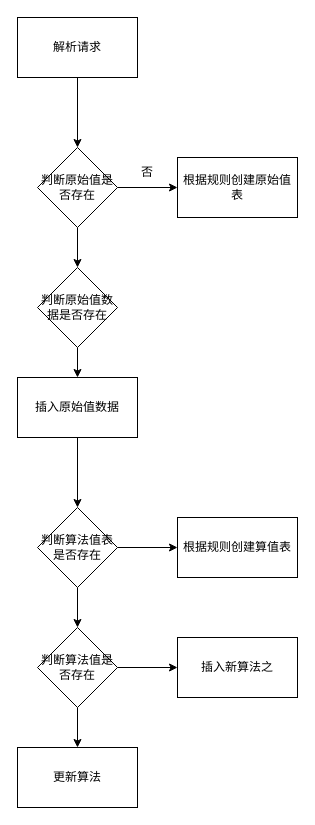
The draw.io diagram 数据写入流程图.drawio in jeefs/mindGraph, before the edit. Source tidied: cells renumbered, new cells numbered last; positions are measured from the earlier drawing's top-left corner, leaving out a move shared by most shapes. Both pictures are drawn from the tidied source at 100%, with x=0, y=0 at pixel (17, 17).
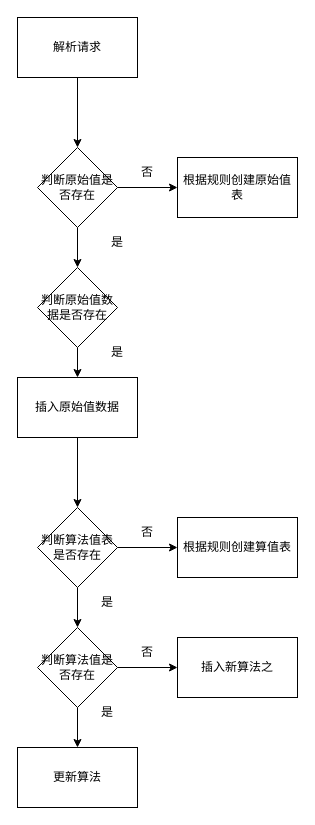
The same page after the edit.

Commit message (it also covers changes not shown here):
更新数据写入流程图.drawio

What changed in the source:
```diff
@@
+    <mxCell id="22" value="否" style="text;strokeColor=none;align=center;fillColor=none;html=1;verticalAlign=middle;whiteSpace=wrap;rounded=0;" parent="1" vertex="1">
+      <mxGeometry x="100" y="500" width="60" height="30" as="geometry" />
+    </mxCell>
+    <mxCell id="23" value="否" style="text;strokeColor=none;align=center;fillColor=none;html=1;verticalAlign=middle;whiteSpace=wrap;rounded=0;" parent="1" vertex="1">
+      <mxGeometry x="100" y="620" width="60" height="30" as="geometry" />
+    </mxCell>
+    <mxCell id="24" value="是" style="text;strokeColor=none;align=center;fillColor=none;html=1;verticalAlign=middle;whiteSpace=wrap;rounded=0;" parent="1" vertex="1">
+      <mxGeometry x="70" y="210" width="60" height="30" as="geometry" />
+    </mxCell>
+    <mxCell id="25" value="是" style="text;strokeColor=none;align=center;fillColor=none;html=1;verticalAlign=middle;whiteSpace=wrap;rounded=0;" parent="1" vertex="1">
+      <mxGeometry x="70" y="320" width="60" height="30" as="geometry" />
+    </mxCell>
+    <mxCell id="26" value="是" style="text;strokeColor=none;align=center;fillColor=none;html=1;verticalAlign=middle;whiteSpace=wrap;rounded=0;" parent="1" vertex="1">
+      <mxGeometry x="60" y="570" width="60" height="30" as="geometry" />
+    </mxCell>
+    <mxCell id="27" value="是" style="text;strokeColor=none;align=center;fillColor=none;html=1;verticalAlign=middle;whiteSpace=wrap;rounded=0;" parent="1" vertex="1">
+      <mxGeometry x="60" y="680" width="60" height="30" as="geometry" />
+    </mxCell>
```
